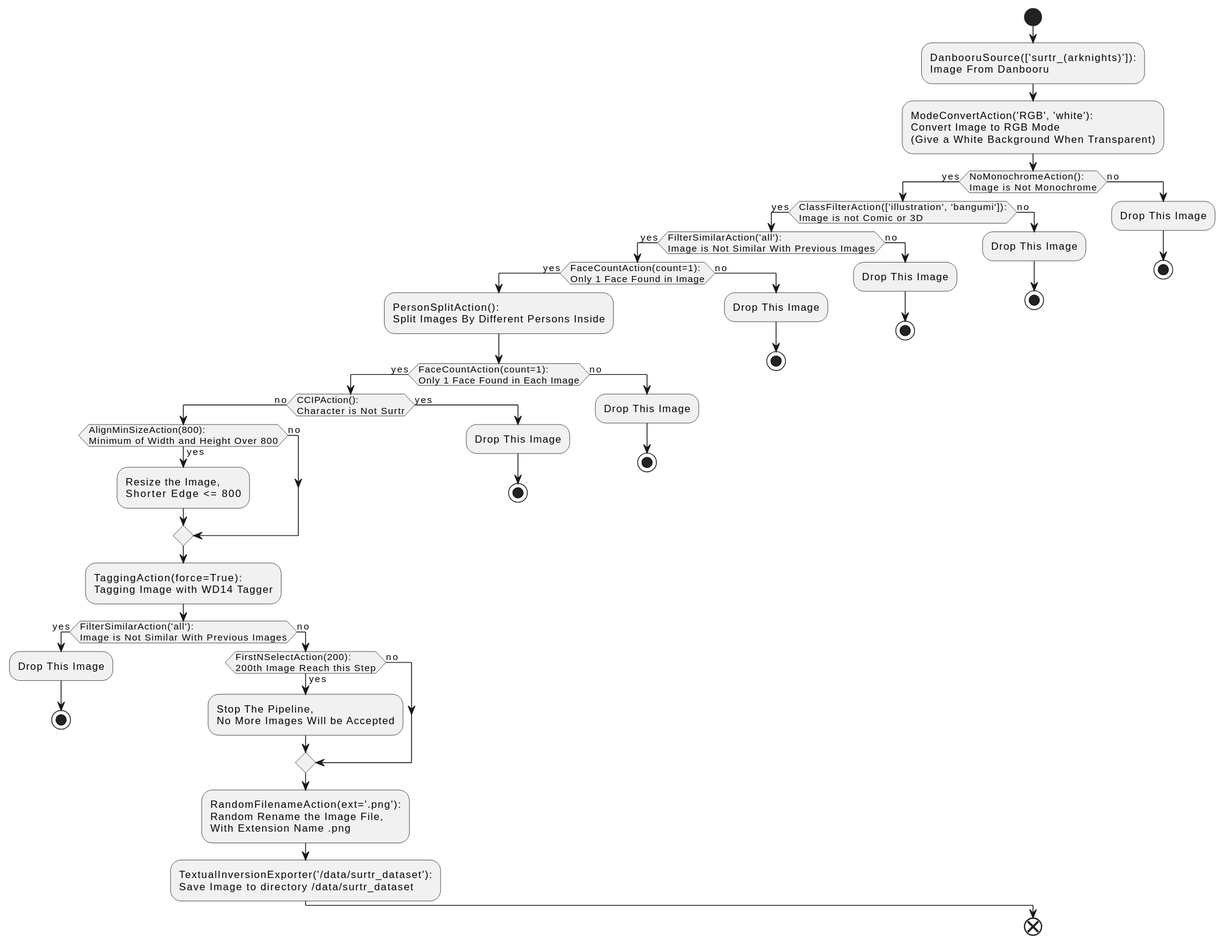
Earlier version of the PlantUML export main/_images/sample_workflow.puml1.svg (deepghs/waifuc). Source of this version:
```plantuml
@startuml
start
:DanbooruSource(['surtr_(arknights)']):\nImage From Danbooru;
:ModeConvertAction('RGB', 'white'):\nConvert Image to RGB Mode\n(Give a White Background When Transparent);

if (NoMonochromeAction():\nImage is Not Monochrome) then (yes)
  if (ClassFilterAction(['illustration', 'bangumi']):\nImage is not Comic or 3D) then (yes)
    if (FilterSimilarAction('all'):\nImage is Not Similar With Previous Images) then (yes)
      if (FaceCountAction(count=1):\nOnly 1 Face Found in Image) then (yes)
        :PersonSplitAction():\nSplit Images By Different Persons Inside;
        if (FaceCountAction(count=1):\nOnly 1 Face Found in Each Image) then (yes)
          if (CCIPAction():\nCharacter is Not Surtr) then (no)
            if (AlignMinSizeAction(800):\nMinimum of Width and Height Over 800) then (yes)
              :Resize the Image,\nShorter Edge <= 800;
            else (no)
            endif
            :TaggingAction(force=True):\nTagging Image with WD14 Tagger;
            if (FilterSimilarAction('all'):\nImage is Not Similar With Previous Images) then (yes)
              :Drop This Image;
              stop
            else (no)
              if (FirstNSelectAction(200):\n200th Image Reach this Step) then (yes)
                :Stop The Pipeline,\nNo More Images Will be Accepted;
              else (no)
              endif
              :RandomFilenameAction(ext='.png'):\nRandom Rename the Image File,\nWith Extension Name .png;
              :TextualInversionExporter('/data/surtr_dataset'):\nSave Image to directory /data/surtr_dataset;
            endif
          else (yes)
            :Drop This Image;
            stop
          endif
        else (no)
          :Drop This Image;
          stop
        endif
      else (no)
        :Drop This Image;
        stop
      endif
    else (no)
      :Drop This Image;
      stop
    endif
  else (no)
    :Drop This Image;
    stop
  endif
else (no)
  :Drop This Image;
  stop
endif
end
@enduml
```
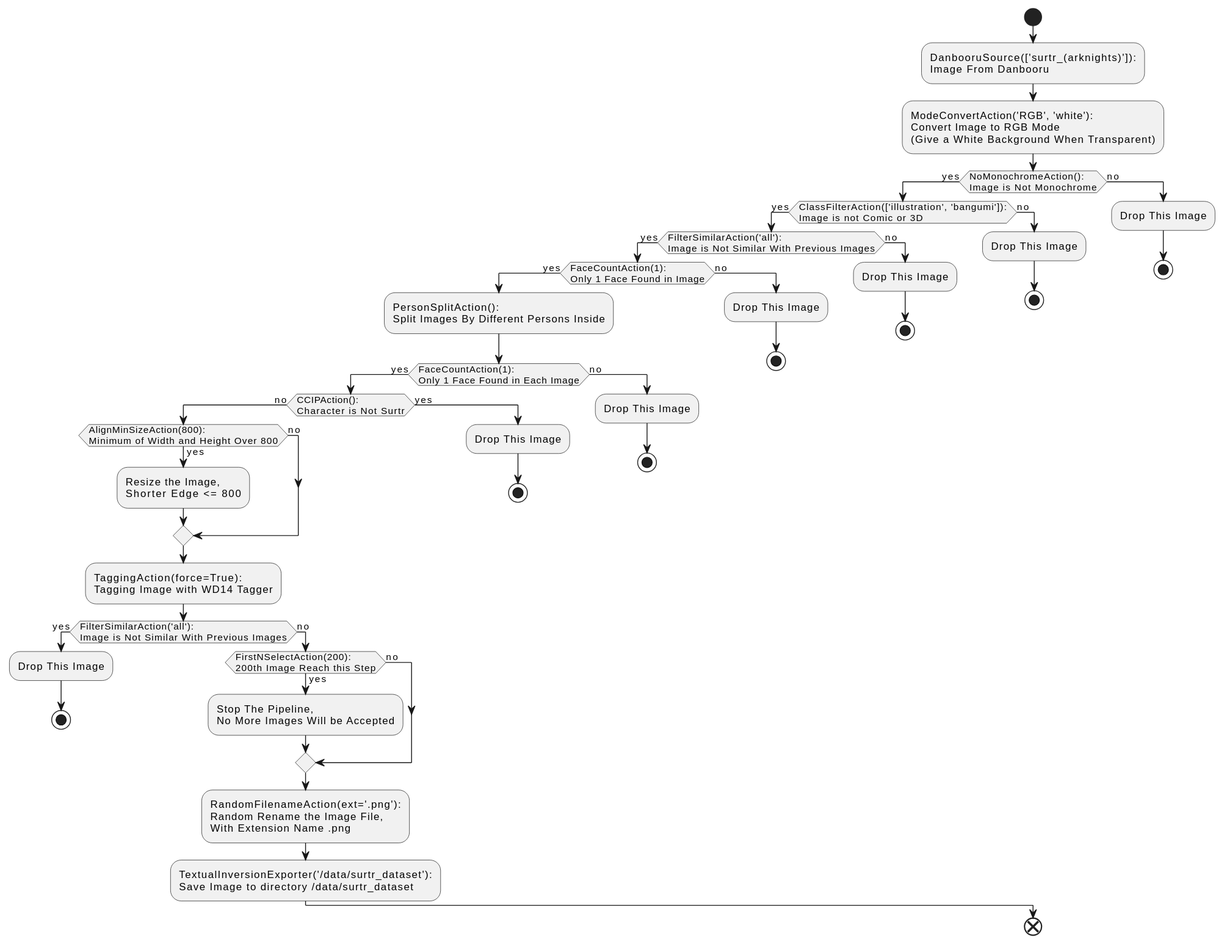
Later version of the same file.

The edit, as a diff of the source:
```diff
@@ -6,9 +6,9 @@
 if (NoMonochromeAction():\nImage is Not Monochrome) then (yes)
   if (ClassFilterAction(['illustration', 'bangumi']):\nImage is not Comic or 3D) then (yes)
     if (FilterSimilarAction('all'):\nImage is Not Similar With Previous Images) then (yes)
-      if (FaceCountAction(count=1):\nOnly 1 Face Found in Image) then (yes)
+      if (FaceCountAction(1):\nOnly 1 Face Found in Image) then (yes)
         :PersonSplitAction():\nSplit Images By Different Persons Inside;
-        if (FaceCountAction(count=1):\nOnly 1 Face Found in Each Image) then (yes)
+        if (FaceCountAction(1):\nOnly 1 Face Found in Each Image) then (yes)
           if (CCIPAction():\nCharacter is Not Surtr) then (no)
             if (AlignMinSizeAction(800):\nMinimum of Width and Height Over 800) then (yes)
               :Resize the Image,\nShorter Edge <= 800;
```
